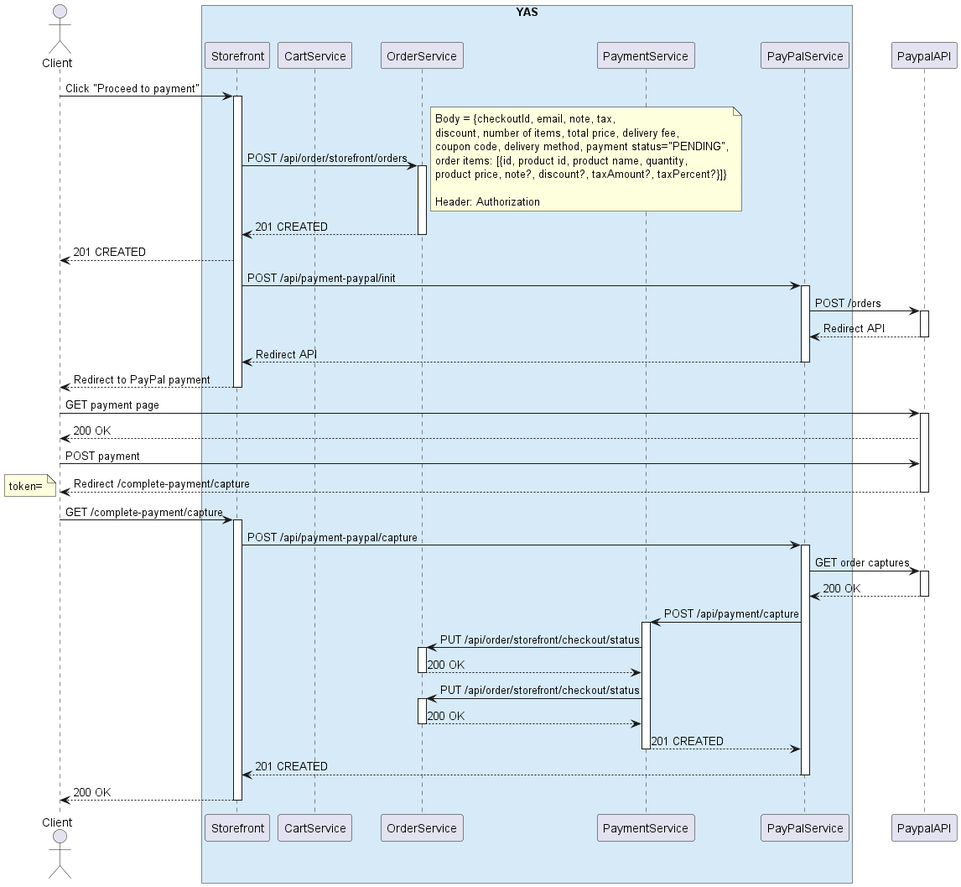
Before: order/docs/img/Create order flow.png, a diagram exported from PlantUML (nashtech-garage/yas).
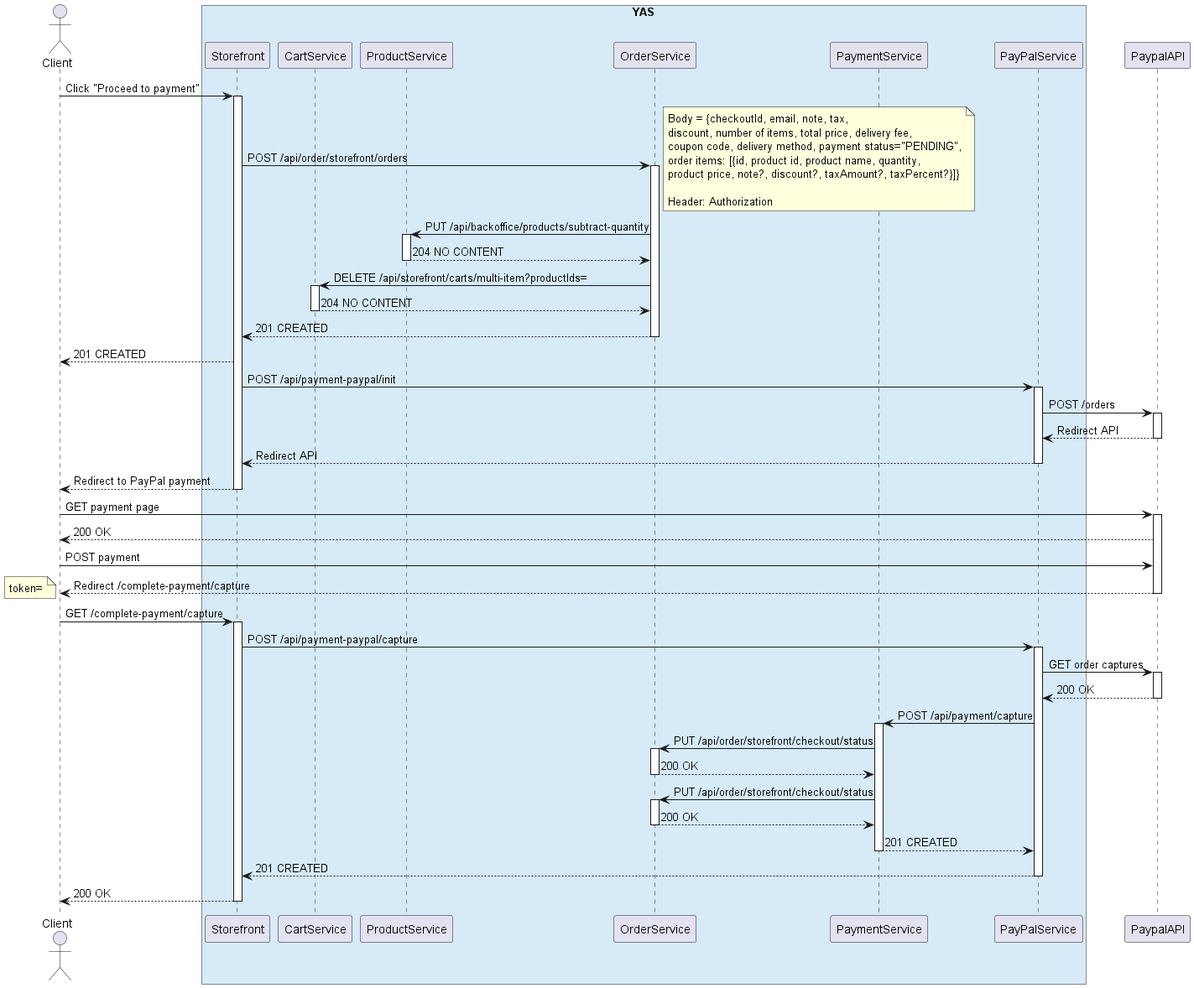
After the change.

Commit message:
Add stock keeping and cart deleting steps

The edit, as a diff of the source:
```diff
@@ -3,6 +3,7 @@
 box "YAS" #D6EAF8
 participant Storefront as NextJs
 participant CartService as cart
+participant ProductService as product
 participant OrderService as order
 participant PaymentService as payment
 participant PayPalService as ppal
@@ -22,6 +23,14 @@
     Header: Authorization
 end note
 activate order
+order -> product: PUT /api/backoffice/products/subtract-quantity
+activate product
+product --> order: 204 NO CONTENT
+deactivate product
+order -> cart: DELETE /api/storefront/carts/multi-item?productIds=
+activate cart
+cart --> order: 204 NO CONTENT
+deactivate cart
 order --> NextJs: 201 CREATED
 deactivate order
 NextJs --> Client: 201 CREATED
```
